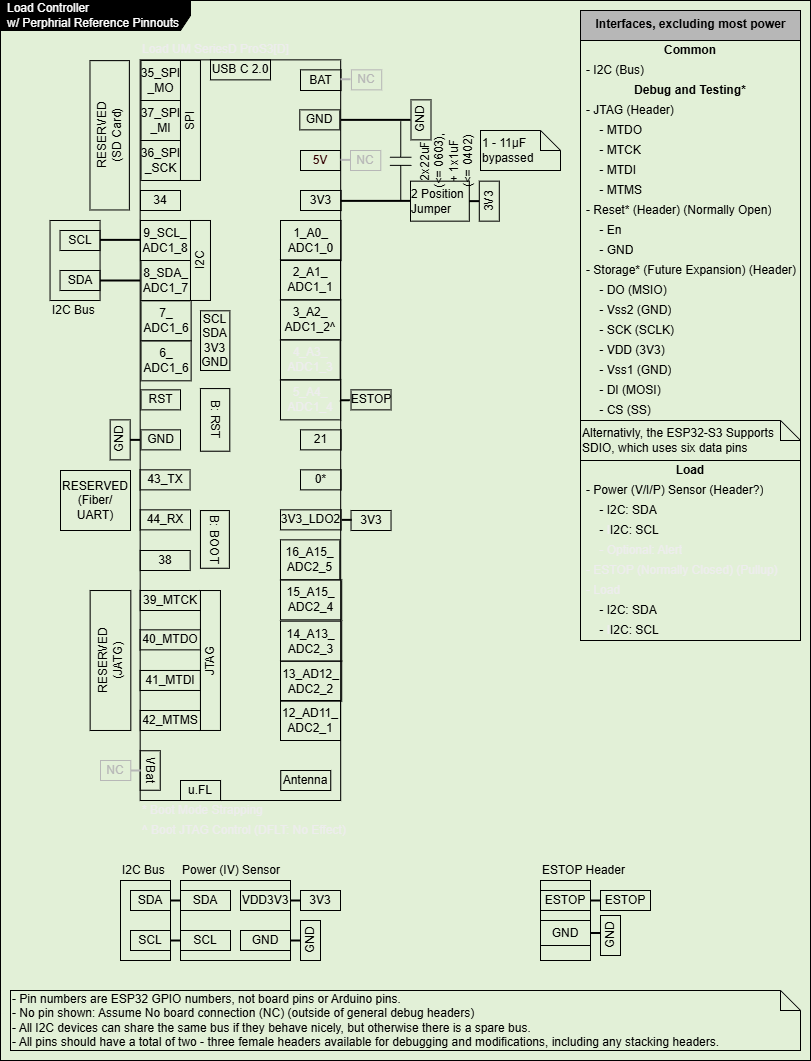
BobSaidHi/2026-Controls_Core keeps this draw.io diagram as Hardware-Pinouts/CtrlPO_Load.png. Above is the earlier version. Source tidied: cells renumbered, new cells last; positions are measured from the earlier drawing's top-left corner, leaving out a move shared by most shapes.
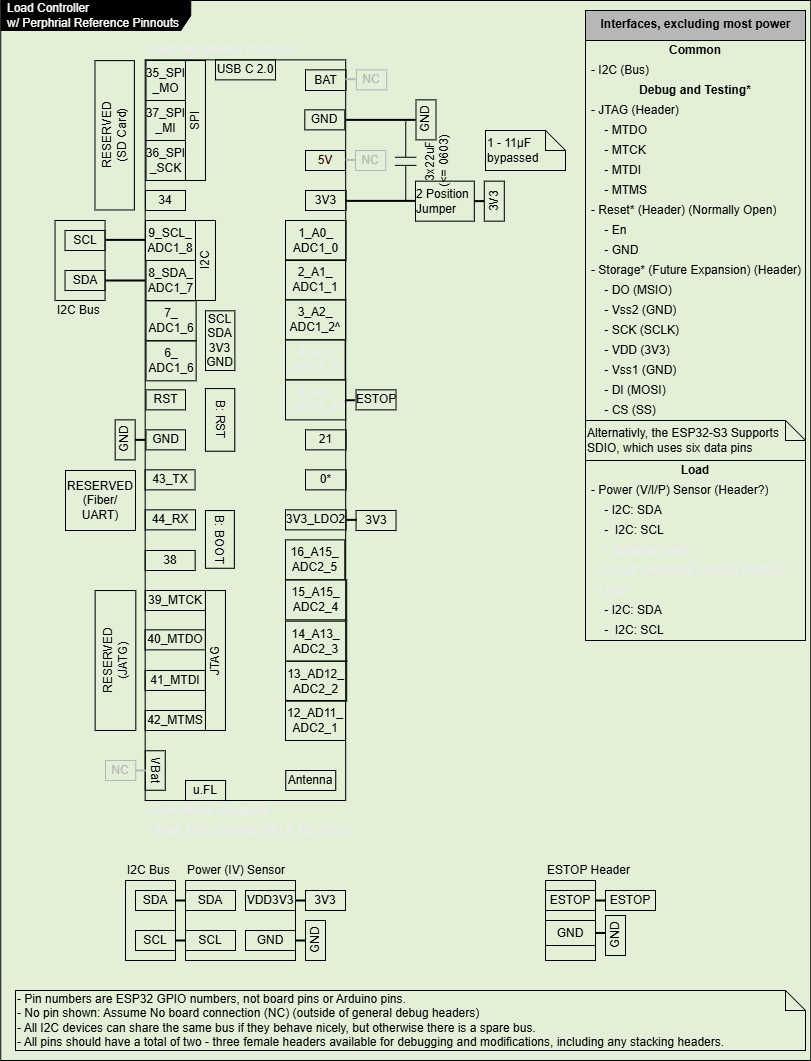
The same file after the commit.

What changed in the source:
```diff
@@ -3,7 +3,7 @@
     <mxCell id="0" />
     <mxCell id="1" parent="0" />
     <mxCell id="2" value="&lt;font color=&quot;#ffffff&quot;&gt;Load Controller&lt;br&gt;w/ Perphrial Reference Pinnouts&lt;/font&gt;" style="shape=umlFrame;whiteSpace=wrap;html=1;width=190;height=30;boundedLbl=1;verticalAlign=middle;align=left;spacingLeft=5;fontColor=#000000;strokeColor=#000000;fillColor=#000000;gradientColor=#000000;fillStyle=solid;fontStyle=4;" parent="1" vertex="1">
-      <mxGeometry width="810" height="1060" as="geometry" />
+      <mxGeometry x="-4.8" width="810" height="1060" as="geometry" />
     </mxCell>
     <mxCell id="3" value="&lt;span style=&quot;color: rgba(0, 0, 0, 0); font-family: monospace; font-size: 0px; text-align: start;&quot;&gt;%3CmxGraphModel%3E%3Croot%3E%3CmxCell%20id%3D%220%22%2F%3E%3CmxCell%20id%3D%221%22%20parent%3D%220%22%2F%3E%3CmxCell%20id%3D%222%22%20value%3D%22Common%22%20style%3D%22text%3Bhtml%3D1%3BstrokeColor%3Dnone%3BfillColor%3Dnone%3Balign%3Dcenter%3BverticalAlign%3Dmiddle%3BspacingLeft%3D4%3BspacingRight%3D4%3Boverflow%3Dhidden%3Brotatable%3D0%3Bpoints%3D%5B%5B0%2C0.5%5D%2C%5B1%2C0.5%5D%5D%3BportConstraint%3Deastwest%3BfontColor%3D%23000000%3B%22%20vertex%3D%221%22%20parent%3D%221%22%3E%3CmxGeometry%20x%3D%22530%22%20y%3D%2280%22%20width%3D%22272.5%22%20height%3D%2220%22%20as%3D%22geometry%22%2F%3E%3C%2FmxCell%3E%3C%2Froot%3E%3C%2FmxGraphModel%3E&lt;/span&gt;" style="rounded=0;whiteSpace=wrap;html=1;fillColor=none;strokeColor=#000000;fontColor=#000000;" parent="1" vertex="1">
       <mxGeometry x="139.7" y="59.4" width="200.5" height="740.6" as="geometry" />
@@ -419,7 +419,7 @@
     <mxCell id="140" style="line;strokeWidth=2;html=1;strokeColor=#000000;fontColor=#000000;" parent="1" vertex="1">
       <mxGeometry x="340" y="195.3" width="70" height="10" as="geometry" />
     </mxCell>
-    <mxCell id="141" value="&lt;font style=&quot;scrollbar-color: rgb(75, 75, 75) rgb(27, 29, 30); color: light-dark(rgb(0, 0, 0), rgb(255, 255, 255));&quot;&gt;2x22uF&lt;/font&gt;&lt;div style=&quot;scrollbar-color: rgb(75, 75, 75) rgb(27, 29, 30);&quot;&gt;&lt;font style=&quot;color: light-dark(rgb(0, 0, 0), rgb(255, 255, 255));&quot;&gt;&lt;font style=&quot;scrollbar-color: rgb(75, 75, 75) rgb(27, 29, 30);&quot;&gt;(&amp;lt;= 0603),&lt;/font&gt;&lt;br style=&quot;scrollbar-color: rgb(75, 75, 75) rgb(27, 29, 30);&quot;&gt;&lt;/font&gt;&lt;/div&gt;&lt;div style=&quot;scrollbar-color: rgb(75, 75, 75) rgb(27, 29, 30);&quot;&gt;&lt;font style=&quot;scrollbar-color: rgb(75, 75, 75) rgb(27, 29, 30); color: light-dark(rgb(0, 0, 0), rgb(255, 255, 255));&quot;&gt;+ 1x1uF&lt;/font&gt;&lt;/div&gt;&lt;div style=&quot;scrollbar-color: rgb(75, 75, 75) rgb(27, 29, 30);&quot;&gt;&lt;font style=&quot;scrollbar-color: rgb(75, 75, 75) rgb(27, 29, 30); color: light-dark(rgb(0, 0, 0), rgb(255, 255, 255));&quot;&gt;(&amp;lt;= 0402)&lt;/font&gt;&lt;/div&gt;" style="verticalLabelPosition=bottom;shadow=0;dashed=0;align=center;html=1;verticalAlign=top;shape=mxgraph.electrical.capacitors.capacitor_1;rotation=-90;" parent="1" vertex="1">
+    <mxCell id="141" value="&lt;font style=&quot;scrollbar-color: rgb(75, 75, 75) rgb(27, 29, 30); color: light-dark(rgb(0, 0, 0), rgb(255, 255, 255));&quot;&gt;3x22uF&lt;/font&gt;&lt;div style=&quot;scrollbar-color: rgb(75, 75, 75) rgb(27, 29, 30);&quot;&gt;&lt;font style=&quot;&quot;&gt;&lt;font style=&quot;scrollbar-color: rgb(75, 75, 75) rgb(27, 29, 30); color: light-dark(rgb(0, 0, 0), rgb(255, 255, 255));&quot;&gt;(&amp;lt;= 0603)&lt;/font&gt;&lt;/font&gt;&lt;/div&gt;" style="verticalLabelPosition=bottom;shadow=0;dashed=0;align=center;html=1;verticalAlign=top;shape=mxgraph.electrical.capacitors.capacitor_1;rotation=-90;" parent="1" vertex="1">
       <mxGeometry x="360" y="150" width="80.5" height="21.6" as="geometry" />
     </mxCell>
     <mxCell id="142" style="group;" parent="1" vertex="1">
```
